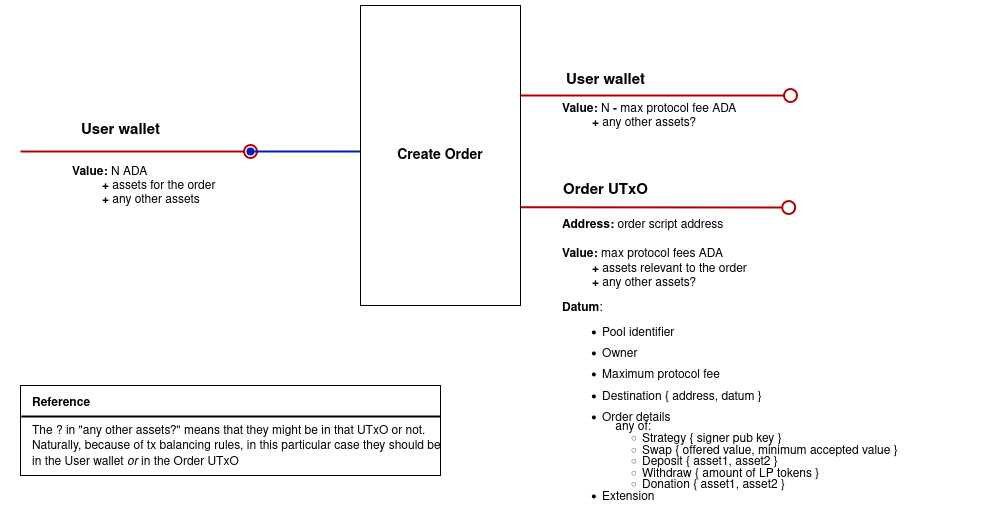
Before: src/img/create_order.png, a diagram exported from draw.io (txpipe-shop/sundae-swap). Source tidied: cells renumbered, new cells last; positions are measured from the earlier drawing's top-left corner, leaving out a move shared by most shapes.
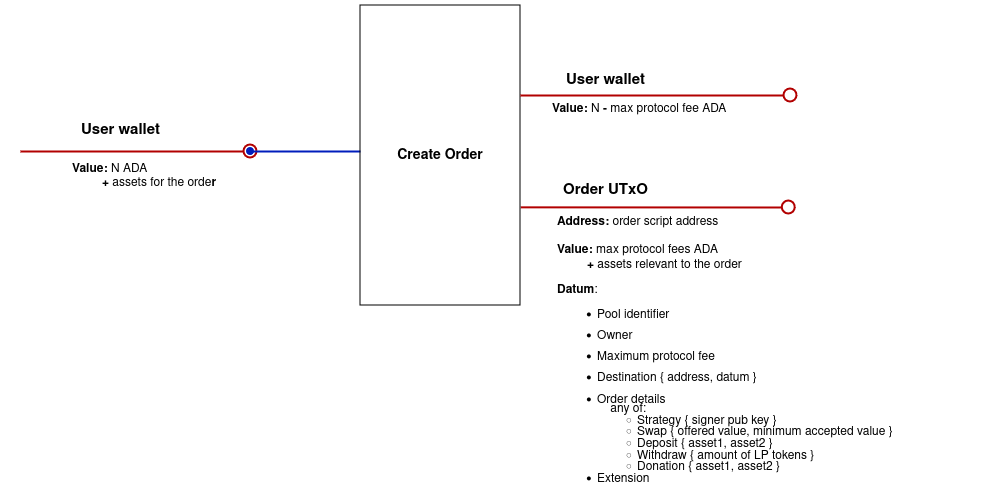
Above is the later version.

Commit message:
fix: Order txs diagrams, tx descriptions TODOs

What changed in the source:
```diff
@@ -14,8 +14,8 @@
         <mxPoint x="230" y="146" as="targetPoint" />
       </mxGeometry>
     </mxCell>
-    <mxCell id="4" value="&lt;div&gt;&lt;b&gt;Value: &lt;/b&gt;N ADA &lt;br&gt;&lt;/div&gt;&lt;div&gt;&lt;b&gt;&amp;nbsp;&amp;nbsp;&amp;nbsp;&amp;nbsp;&amp;nbsp;&amp;nbsp;&amp;nbsp;&amp;nbsp; +&lt;/b&gt; assets for the order&lt;/div&gt;&lt;div&gt;&lt;b&gt;&amp;nbsp;&amp;nbsp;&amp;nbsp;&amp;nbsp;&amp;nbsp;&amp;nbsp;&amp;nbsp;&amp;nbsp; +&lt;/b&gt; any other assets&lt;/div&gt;" style="text;html=1;strokeColor=none;fillColor=none;align=left;verticalAlign=middle;whiteSpace=wrap;rounded=0;" parent="1" vertex="1">
-      <mxGeometry x="50" y="160" width="315" height="41" as="geometry" />
+    <mxCell id="4" value="&lt;div&gt;&lt;b&gt;Value: &lt;/b&gt;N ADA &lt;br&gt;&lt;/div&gt;&lt;div&gt;&lt;b&gt;&amp;nbsp;&amp;nbsp;&amp;nbsp;&amp;nbsp;&amp;nbsp;&amp;nbsp;&amp;nbsp;&amp;nbsp; +&lt;/b&gt; assets for the orde&lt;b&gt;r&lt;/b&gt;&lt;/div&gt;" style="text;html=1;strokeColor=none;fillColor=none;align=left;verticalAlign=middle;whiteSpace=wrap;rounded=0;" parent="1" vertex="1">
+      <mxGeometry x="50" y="150" width="315" height="41" as="geometry" />
     </mxCell>
     <mxCell id="5" style="endArrow=oval;html=1;rounded=0;strokeWidth=2;fillColor=#e51400;strokeColor=#B20000;startArrow=none;startFill=0;endFill=0;endSize=13;exitX=1.015;exitY=0.384;exitDx=0;exitDy=0;exitPerimeter=0;" parent="1" edge="1">
       <mxGeometry relative="1" as="geometry">
@@ -29,8 +29,8 @@
     <mxCell id="7" value="&lt;font style=&quot;font-size: 15px;&quot;&gt;&lt;b style=&quot;font-size: 12px;&quot;&gt;&lt;font style=&quot;font-size: 15px;&quot;&gt;User wallet&lt;/font&gt;&lt;/b&gt;&lt;b&gt;&lt;br&gt;&lt;/b&gt;&lt;/font&gt;" style="text;html=1;align=center;verticalAlign=middle;strokeColor=none;fillColor=none;" parent="1" vertex="1">
       <mxGeometry x="50" y="110" width="100" height="30" as="geometry" />
     </mxCell>
-    <mxCell id="8" value="&lt;div&gt;&lt;b&gt;Address: &lt;/b&gt;order script address&lt;b&gt;&lt;br&gt;&lt;br&gt;Value: &lt;/b&gt;max protocol fees&lt;b&gt; &lt;/b&gt;ADA&lt;/div&gt;&lt;div&gt;&lt;b&gt;&amp;nbsp;&amp;nbsp;&amp;nbsp;&amp;nbsp;&amp;nbsp;&amp;nbsp;&amp;nbsp;&amp;nbsp; + &lt;/b&gt;assets relevant to the order&lt;b&gt;&lt;br&gt;&lt;/b&gt;&lt;/div&gt;&lt;div&gt;&lt;b&gt;&amp;nbsp;&amp;nbsp;&amp;nbsp;&amp;nbsp;&amp;nbsp;&amp;nbsp;&amp;nbsp;&amp;nbsp; + &lt;/b&gt;any other assets?&lt;br&gt;&lt;/div&gt;&lt;div&gt;&lt;p style=&quot;line-height: 100%;&quot;&gt;&lt;b&gt;Datum&lt;/b&gt;:&lt;/p&gt;&lt;ul style=&quot;line-height: 80%;&quot;&gt;&lt;li&gt;Pool identifier&lt;br&gt;&lt;/li&gt;&lt;br&gt;&lt;li&gt;Owner&lt;/li&gt;&lt;br&gt;&lt;li&gt;Maximum protocol fee&lt;br&gt;&lt;/li&gt;&lt;br&gt;&lt;li&gt;Destination { address, datum }&lt;br&gt;&lt;/li&gt;&lt;br&gt;&lt;li&gt;Order details&lt;br&gt;&amp;nbsp;&amp;nbsp;&amp;nbsp; any of:&lt;br&gt;&lt;/li&gt;&lt;ul&gt;&lt;li&gt;Strategy { signer pub key }&lt;/li&gt;&lt;li&gt;Swap { offered value, minimum accepted value }&lt;/li&gt;&lt;li&gt;Deposit { asset1, asset2 }&lt;/li&gt;&lt;li&gt;Withdraw { amount of LP tokens }&lt;/li&gt;&lt;li&gt;Donation { asset1, asset2 }&lt;/li&gt;&lt;/ul&gt;&lt;li&gt;Extension&lt;br&gt;&lt;/li&gt;&lt;/ul&gt;&lt;/div&gt;" style="text;html=1;strokeColor=none;fillColor=none;align=left;verticalAlign=middle;whiteSpace=wrap;rounded=0;" parent="1" vertex="1">
-      <mxGeometry x="540" y="340" width="440" height="41" as="geometry" />
+    <mxCell id="8" value="&lt;div&gt;&lt;b&gt;Address: &lt;/b&gt;order script address&lt;b&gt;&lt;br&gt;&lt;br&gt;Value: &lt;/b&gt;max protocol fees&lt;b&gt; &lt;/b&gt;ADA&lt;/div&gt;&lt;div&gt;&lt;b&gt;&amp;nbsp;&amp;nbsp;&amp;nbsp;&amp;nbsp;&amp;nbsp;&amp;nbsp;&amp;nbsp;&amp;nbsp; + &lt;/b&gt;assets relevant to the order&lt;b&gt;&lt;br&gt;&lt;/b&gt;&lt;/div&gt;&lt;div&gt;&lt;p style=&quot;line-height: 100%;&quot;&gt;&lt;b&gt;Datum&lt;/b&gt;:&lt;/p&gt;&lt;ul style=&quot;line-height: 80%;&quot;&gt;&lt;li&gt;Pool identifier&lt;br&gt;&lt;/li&gt;&lt;br&gt;&lt;li&gt;Owner&lt;/li&gt;&lt;br&gt;&lt;li&gt;Maximum protocol fee&lt;br&gt;&lt;/li&gt;&lt;br&gt;&lt;li&gt;Destination { address, datum }&lt;br&gt;&lt;/li&gt;&lt;br&gt;&lt;li&gt;Order details&lt;br&gt;&amp;nbsp;&amp;nbsp;&amp;nbsp; any of:&lt;br&gt;&lt;/li&gt;&lt;ul&gt;&lt;li&gt;Strategy { signer pub key }&lt;/li&gt;&lt;li&gt;Swap { offered value, minimum accepted value }&lt;/li&gt;&lt;li&gt;Deposit { asset1, asset2 }&lt;/li&gt;&lt;li&gt;Withdraw { amount of LP tokens }&lt;/li&gt;&lt;li&gt;Donation { asset1, asset2 }&lt;/li&gt;&lt;/ul&gt;&lt;li&gt;Extension&lt;br&gt;&lt;/li&gt;&lt;/ul&gt;&lt;/div&gt;" style="text;html=1;strokeColor=none;fillColor=none;align=left;verticalAlign=middle;whiteSpace=wrap;rounded=0;" parent="1" vertex="1">
+      <mxGeometry x="535" y="329" width="440" height="41" as="geometry" />
     </mxCell>
     <mxCell id="9" value="&lt;font style=&quot;font-size: 15px;&quot;&gt;&lt;b style=&quot;font-size: 12px;&quot;&gt;&lt;font style=&quot;font-size: 15px;&quot;&gt;Order UTxO&lt;br&gt;&lt;/font&gt;&lt;/b&gt;&lt;/font&gt;" style="text;html=1;align=center;verticalAlign=middle;strokeColor=none;fillColor=none;" parent="1" vertex="1">
       <mxGeometry x="530" y="170" width="110" height="30" as="geometry" />
@@ -41,22 +41,11 @@
         <mxPoint x="770" y="90" as="targetPoint" />
       </mxGeometry>
     </mxCell>
-    <mxCell id="11" value="&lt;div&gt;&lt;b&gt;Value: &lt;/b&gt;N &lt;b&gt;-&lt;/b&gt; max protocol fee ADA &lt;b&gt;&lt;br&gt;&lt;/b&gt;&lt;/div&gt;&lt;div&gt;&lt;b&gt;&amp;nbsp;&amp;nbsp;&amp;nbsp;&amp;nbsp;&amp;nbsp;&amp;nbsp;&amp;nbsp;&amp;nbsp; +&lt;/b&gt; any other assets?&lt;/div&gt;" style="text;html=1;strokeColor=none;fillColor=none;align=left;verticalAlign=middle;whiteSpace=wrap;rounded=0;" parent="1" vertex="1">
-      <mxGeometry x="540" y="90" width="310" height="41" as="geometry" />
+    <mxCell id="11" value="&lt;div&gt;&lt;b&gt;Value: &lt;/b&gt;N &lt;b&gt;-&lt;/b&gt; max protocol fee ADA &lt;b&gt;&lt;br&gt;&lt;/b&gt;&lt;/div&gt;&lt;div&gt;&lt;b&gt;&lt;br&gt;&lt;/b&gt;&lt;/div&gt;" style="text;html=1;strokeColor=none;fillColor=none;align=left;verticalAlign=middle;whiteSpace=wrap;rounded=0;" parent="1" vertex="1">
+      <mxGeometry x="530" y="90" width="310" height="41" as="geometry" />
     </mxCell>
     <mxCell id="12" value="&lt;font style=&quot;font-size: 15px;&quot;&gt;&lt;b style=&quot;font-size: 12px;&quot;&gt;&lt;font style=&quot;font-size: 15px;&quot;&gt;User wallet&lt;/font&gt;&lt;/b&gt;&lt;b&gt;&lt;br&gt;&lt;/b&gt;&lt;/font&gt;" style="text;html=1;align=center;verticalAlign=middle;strokeColor=none;fillColor=none;" parent="1" vertex="1">
       <mxGeometry x="535" y="60" width="100" height="30" as="geometry" />
     </mxCell>
-    <mxCell id="13" value="&lt;br&gt;&lt;div align=&quot;left&quot;&gt;&lt;b&gt;Reference&lt;/b&gt;&lt;br&gt;&lt;br&gt;The ? in &quot;any other assets?&quot; means that they might be in that UTxO or not.&lt;br&gt;Naturally, because of tx balancing rules, in this particular case they should be&lt;br&gt;in the User wallet &lt;i&gt;or&lt;/i&gt; in the Order UTxO&lt;/div&gt;" style="text;html=1;align=left;verticalAlign=middle;strokeColor=none;fillColor=none;" parent="1" vertex="1">
-      <mxGeometry x="10" y="370" width="430" height="100" as="geometry" />
-    </mxCell>
-    <mxCell id="14" style="endArrow=none;html=1;rounded=0;strokeWidth=2;exitX=0.002;exitY=0.344;exitDx=0;exitDy=0;exitPerimeter=0;" parent="1" edge="1" source="15">
-      <mxGeometry relative="1" as="geometry">
-        <mxPoint x="420" y="411" as="targetPoint" />
-      </mxGeometry>
-    </mxCell>
-    <mxCell id="15" style="rounded=0;whiteSpace=wrap;html=1;glass=0;shadow=0;gradientColor=none;fillColor=none;" parent="1" vertex="1">
-      <mxGeometry y="380" width="420" height="90" as="geometry" />
-    </mxCell>
   </root>
 </mxGraphModel>
```
